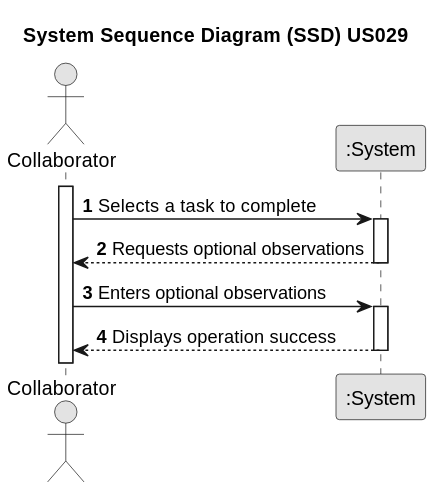
This is docs/sprintC/US029/01.requirements-engineering/svg/us029-system-sequence-diagram.svg from LopemigueISEP/lei-24-s2-1nb-g312, a PlantUML export, as it was before one commit. The source it was exported from:
```plantuml
@startuml
skinparam monochrome true
skinparam packageStyle rectangle
skinparam shadowing false

title System Sequence Diagram (SSD) US029

autonumber

actor "Collaborator" as ACTOR
participant ":System" as SYSTEM

activate ACTOR

ACTOR -> SYSTEM: Selects a task to complete
activate SYSTEM
SYSTEM --> ACTOR: Requests optional observations
deactivate SYSTEM

ACTOR -> SYSTEM: Enters optional observations
activate SYSTEM
SYSTEM --> ACTOR: Displays operation success
deactivate SYSTEM
@enduml
```
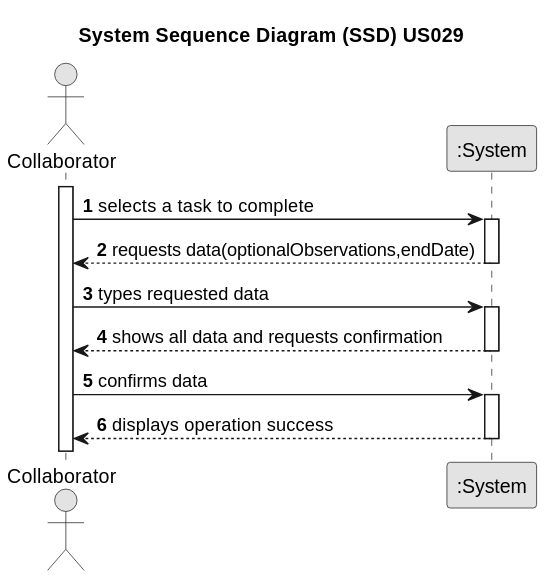
After the change.

What changed in the source:
```diff
@@ -12,13 +12,18 @@
 
 activate ACTOR
 
-ACTOR -> SYSTEM: Selects a task to complete
+ACTOR -> SYSTEM: selects a task to complete
 activate SYSTEM
-SYSTEM --> ACTOR: Requests optional observations
+    SYSTEM --> ACTOR: requests data(optionalObservations,endDate)
+deactivate SYSTEM
+ACTOR -> SYSTEM: types requested data
+activate SYSTEM
+    SYSTEM --> ACTOR : shows all data and requests confirmation
 deactivate SYSTEM
 
-ACTOR -> SYSTEM: Enters optional observations
+ACTOR -> SYSTEM : confirms data
+
 activate SYSTEM
-SYSTEM --> ACTOR: Displays operation success
+SYSTEM --> ACTOR: displays operation success
 deactivate SYSTEM
 @enduml
```
